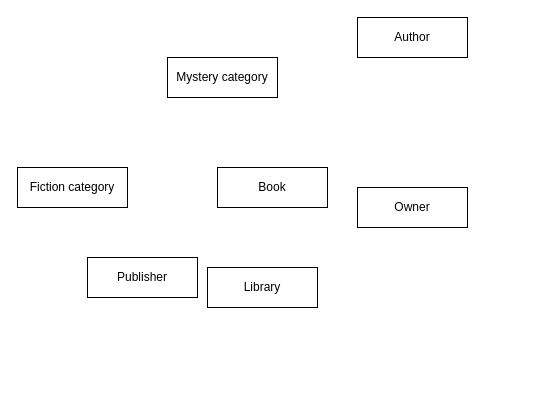
Earlier version of the draw.io diagram question3.drawio (abby18abby/week-2-class-diagram). Source tidied: cells renumbered, new cells numbered last; positions are measured from the earlier drawing's top-left corner, leaving out a move shared by most shapes. Both pictures are drawn from the tidied source at 100%, with x=0, y=0 at pixel (17, 17).
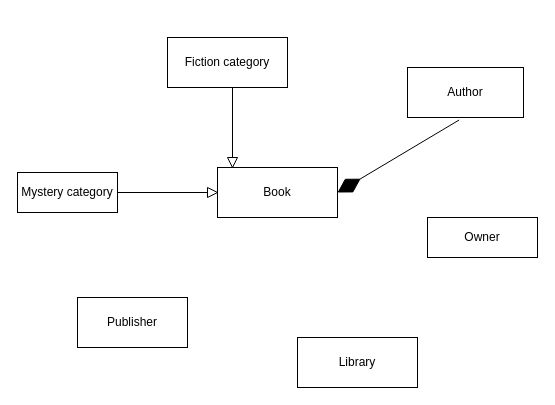
The same page after the edit.

What changed in the source:
```diff
@@
 <mxGraphModel>
   <root>
     <mxCell id="0" />
     <mxCell id="1" parent="0" />
     <mxCell id="2" value="Owner" style="rounded=0;whiteSpace=wrap;html=1;" parent="1" vertex="1">
-      <mxGeometry x="340" y="170" width="110" height="40" as="geometry" />
+      <mxGeometry x="410" y="200" width="110" height="40" as="geometry" />
     </mxCell>
     <mxCell id="3" value="Author" style="rounded=0;whiteSpace=wrap;html=1;" parent="1" vertex="1">
-      <mxGeometry x="340" width="110" height="40" as="geometry" />
+      <mxGeometry x="390" y="50" width="116" height="50" as="geometry" />
     </mxCell>
     <mxCell id="4" value="Library" style="rounded=0;whiteSpace=wrap;html=1;" parent="1" vertex="1">
-      <mxGeometry x="190" y="250" width="110" height="40" as="geometry" />
+      <mxGeometry x="280" y="320" width="120" height="50" as="geometry" />
     </mxCell>
     <mxCell id="5" value="Publisher" style="rounded=0;whiteSpace=wrap;html=1;" parent="1" vertex="1">
-      <mxGeometry x="70" y="240" width="110" height="40" as="geometry" />
+      <mxGeometry x="60" y="280" width="110" height="50" as="geometry" />
     </mxCell>
     <mxCell id="6" value="Fiction category" style="rounded=0;whiteSpace=wrap;html=1;" parent="1" vertex="1">
-      <mxGeometry y="150" width="110" height="40" as="geometry" />
+      <mxGeometry x="150" y="20" width="120" height="50" as="geometry" />
     </mxCell>
     <mxCell id="7" value="Book" style="rounded=0;whiteSpace=wrap;html=1;" parent="1" vertex="1">
-      <mxGeometry x="200" y="150" width="110" height="40" as="geometry" />
+      <mxGeometry x="200" y="150" width="120" height="50" as="geometry" />
     </mxCell>
     <mxCell id="8" value="Mystery category" style="rounded=0;whiteSpace=wrap;html=1;" parent="1" vertex="1">
-      <mxGeometry x="150" y="40" width="110" height="40" as="geometry" />
+      <mxGeometry y="155" width="100" height="40" as="geometry" />
     </mxCell>
+    <mxCell id="9" style="triangle;whiteSpace=wrap;html=1;" parent="1" vertex="1">
+      <mxGeometry x="190" y="170" width="10" height="10" as="geometry" />
+    </mxCell>
+    <mxCell id="10" style="triangle;whiteSpace=wrap;html=1;rotation=90;" parent="1" vertex="1">
+      <mxGeometry x="210" y="140" width="10" height="10" as="geometry" />
+    </mxCell>
+    <mxCell id="11" style="endArrow=none;html=1;entryX=0;entryY=0.5;entryDx=0;entryDy=0;" parent="1" edge="1" target="10">
+      <mxGeometry relative="1" as="geometry">
+        <mxPoint x="215" y="70" as="sourcePoint" />
+      </mxGeometry>
+    </mxCell>
+    <mxCell id="12" style="endArrow=none;html=1;entryX=0;entryY=0.5;entryDx=0;entryDy=0;" parent="1" edge="1" target="9">
+      <mxGeometry relative="1" as="geometry">
+        <mxPoint x="100" y="175" as="sourcePoint" />
+      </mxGeometry>
+    </mxCell>
+    <mxCell id="13" style="endArrow=diamondThin;endFill=1;endSize=24;html=1;entryX=1;entryY=0.5;entryDx=0;entryDy=0;exitX=0.445;exitY=1.05;exitDx=0;exitDy=0;exitPerimeter=0;" parent="1" edge="1" source="3" target="7">
+      <mxGeometry relative="1" as="geometry" />
+    </mxCell>
   </root>
 </mxGraphModel>
```
